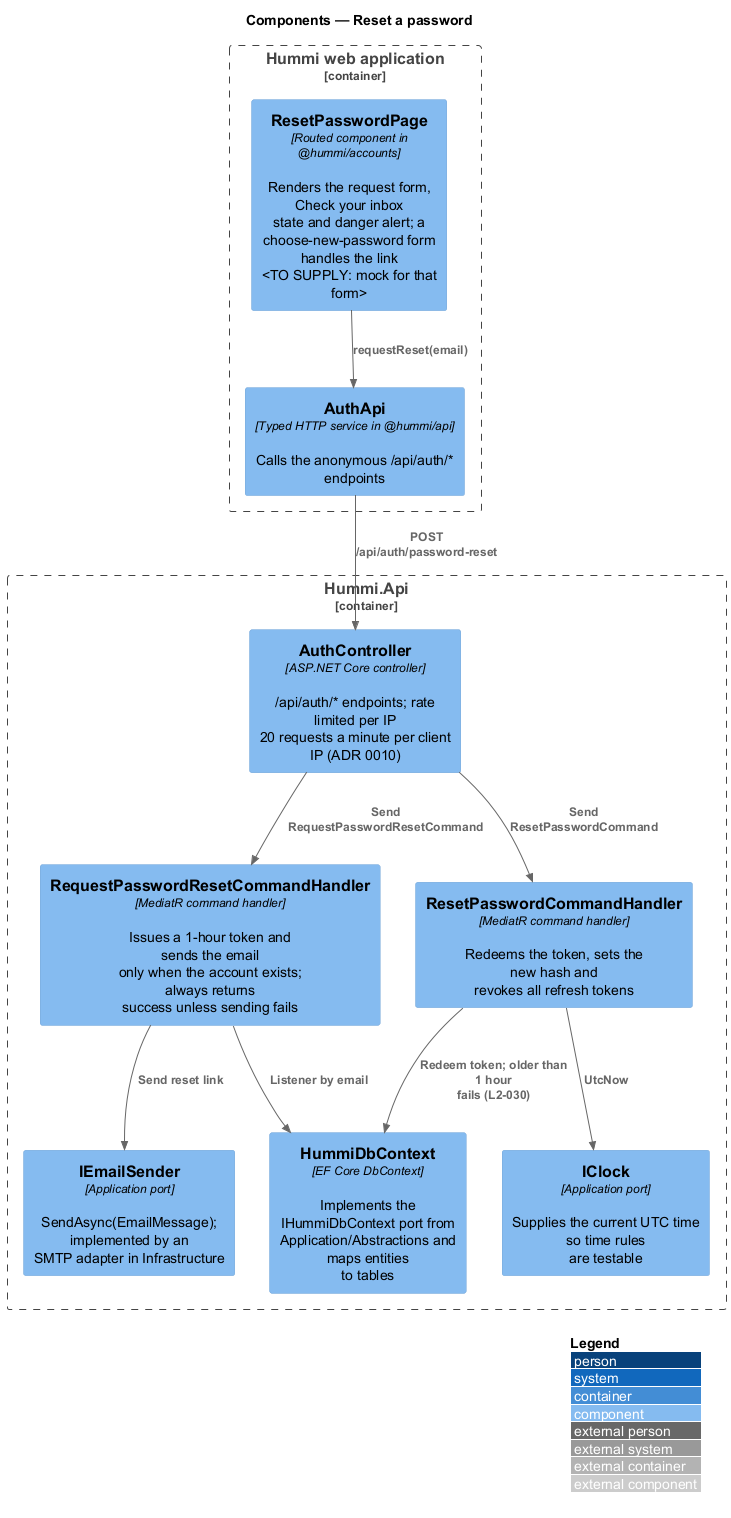
QuinntyneBrown/hummi keeps this PlantUML diagram as docs/detailed-designs/accounts/reset-password/diagrams/c4-component.png. Above is the earlier version.
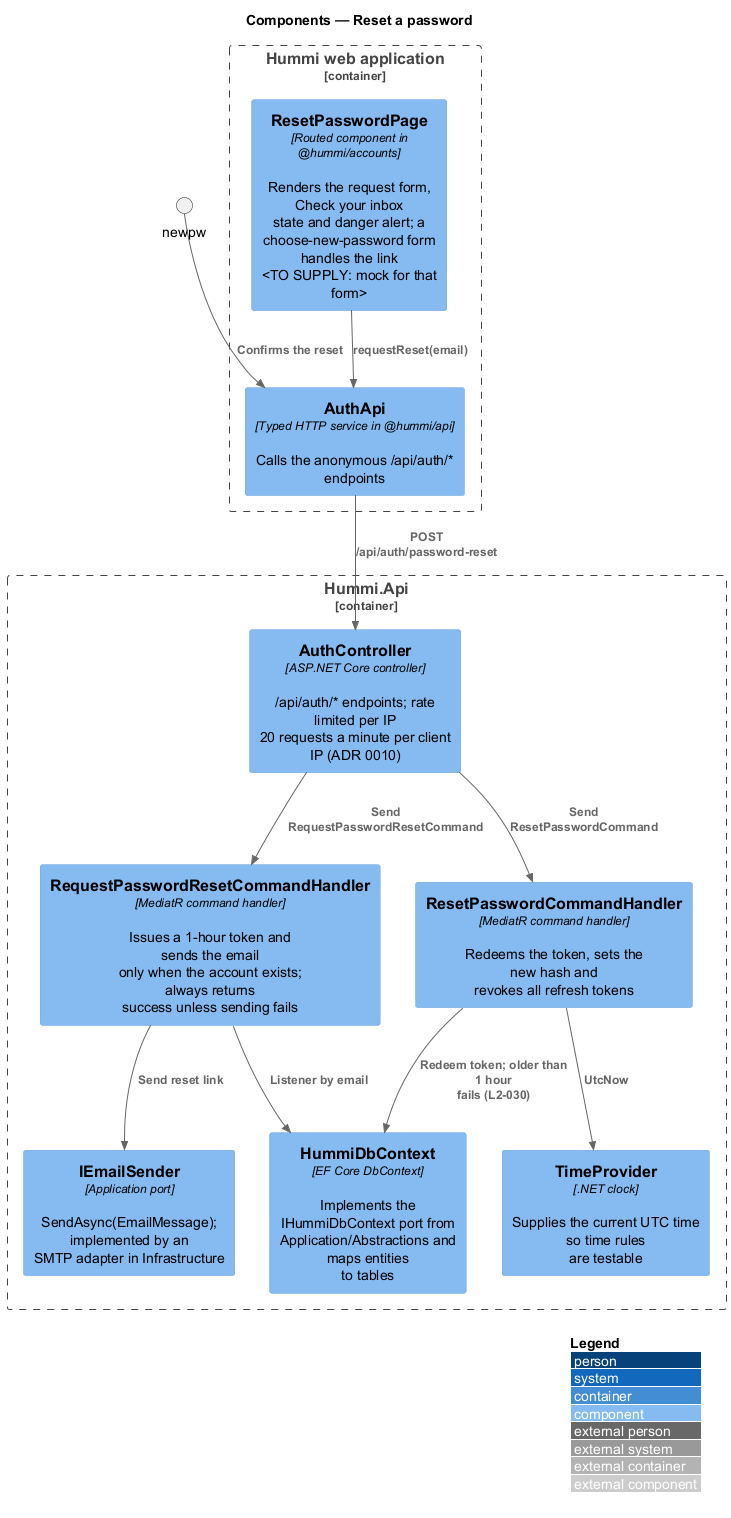
Above is the later version.

The edit, as a diff of the source:
```diff
@@ -12,9 +12,10 @@
   Component(cmd, "RequestPasswordResetCommandHandler", "MediatR command handler", "Issues a 1-hour token and sends the email\nonly when the account exists; always returns\nsuccess unless sending fails")
   Component(redeem, "ResetPasswordCommandHandler", "MediatR command handler", "Redeems the token, sets the new hash and\nrevokes all refresh tokens")
   Component(mail, "IEmailSender", "Application port", "SendAsync(EmailMessage); implemented by an\nSMTP adapter in Infrastructure")
-  Component(clock, "IClock", "Application port", "Supplies the current UTC time so time rules\nare testable")
+  Component(clock, "TimeProvider", ".NET clock", "Supplies the current UTC time so time rules\nare testable")
   Component(ctx, "HummiDbContext", "EF Core DbContext", "Implements the IHummiDbContext port from\nApplication/Abstractions and maps entities\nto tables")
 }
+Rel(newpw, client, "Confirms the reset")
 Rel(page, client, "requestReset(email)")
 Rel(client, ctl, "POST /api/auth/password-reset")
 Rel(ctl, cmd, "Send RequestPasswordResetCommand")
```
